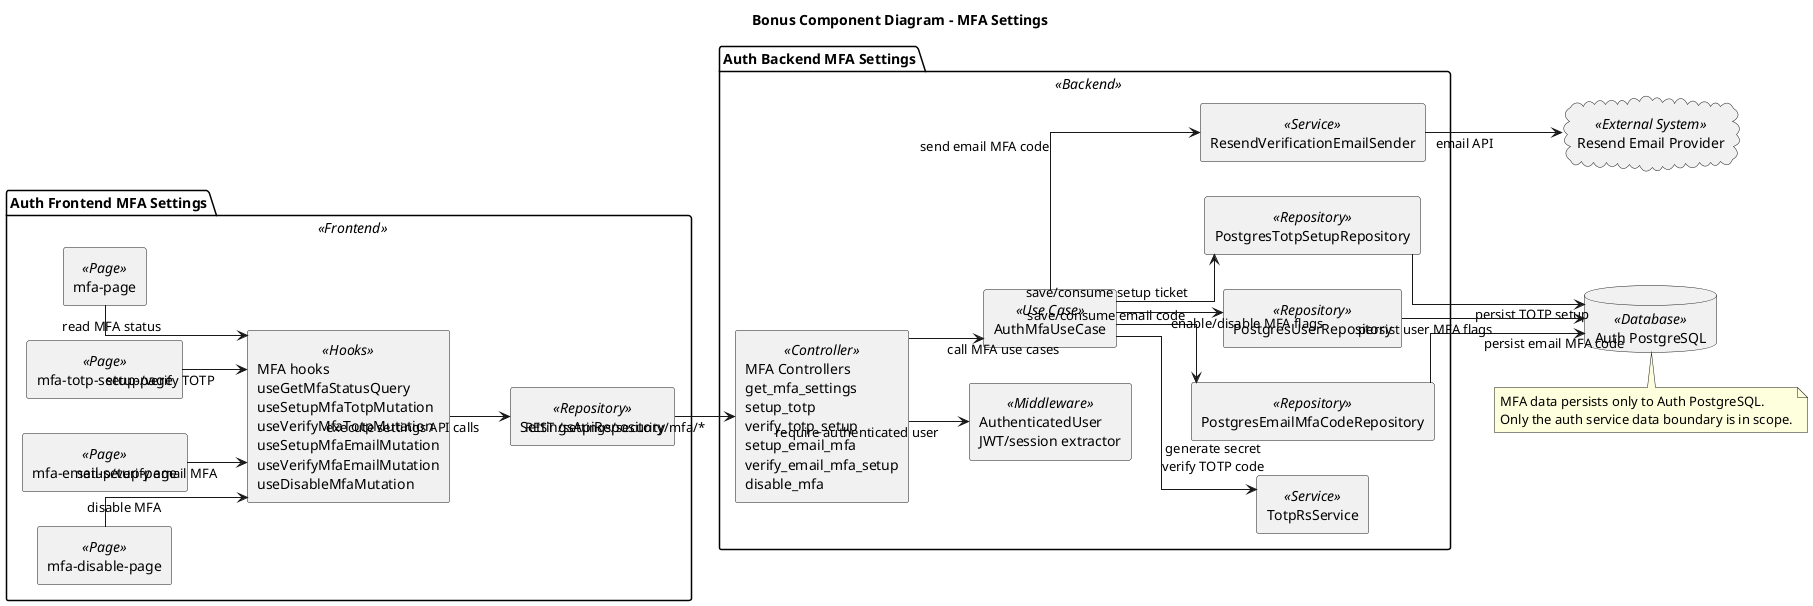
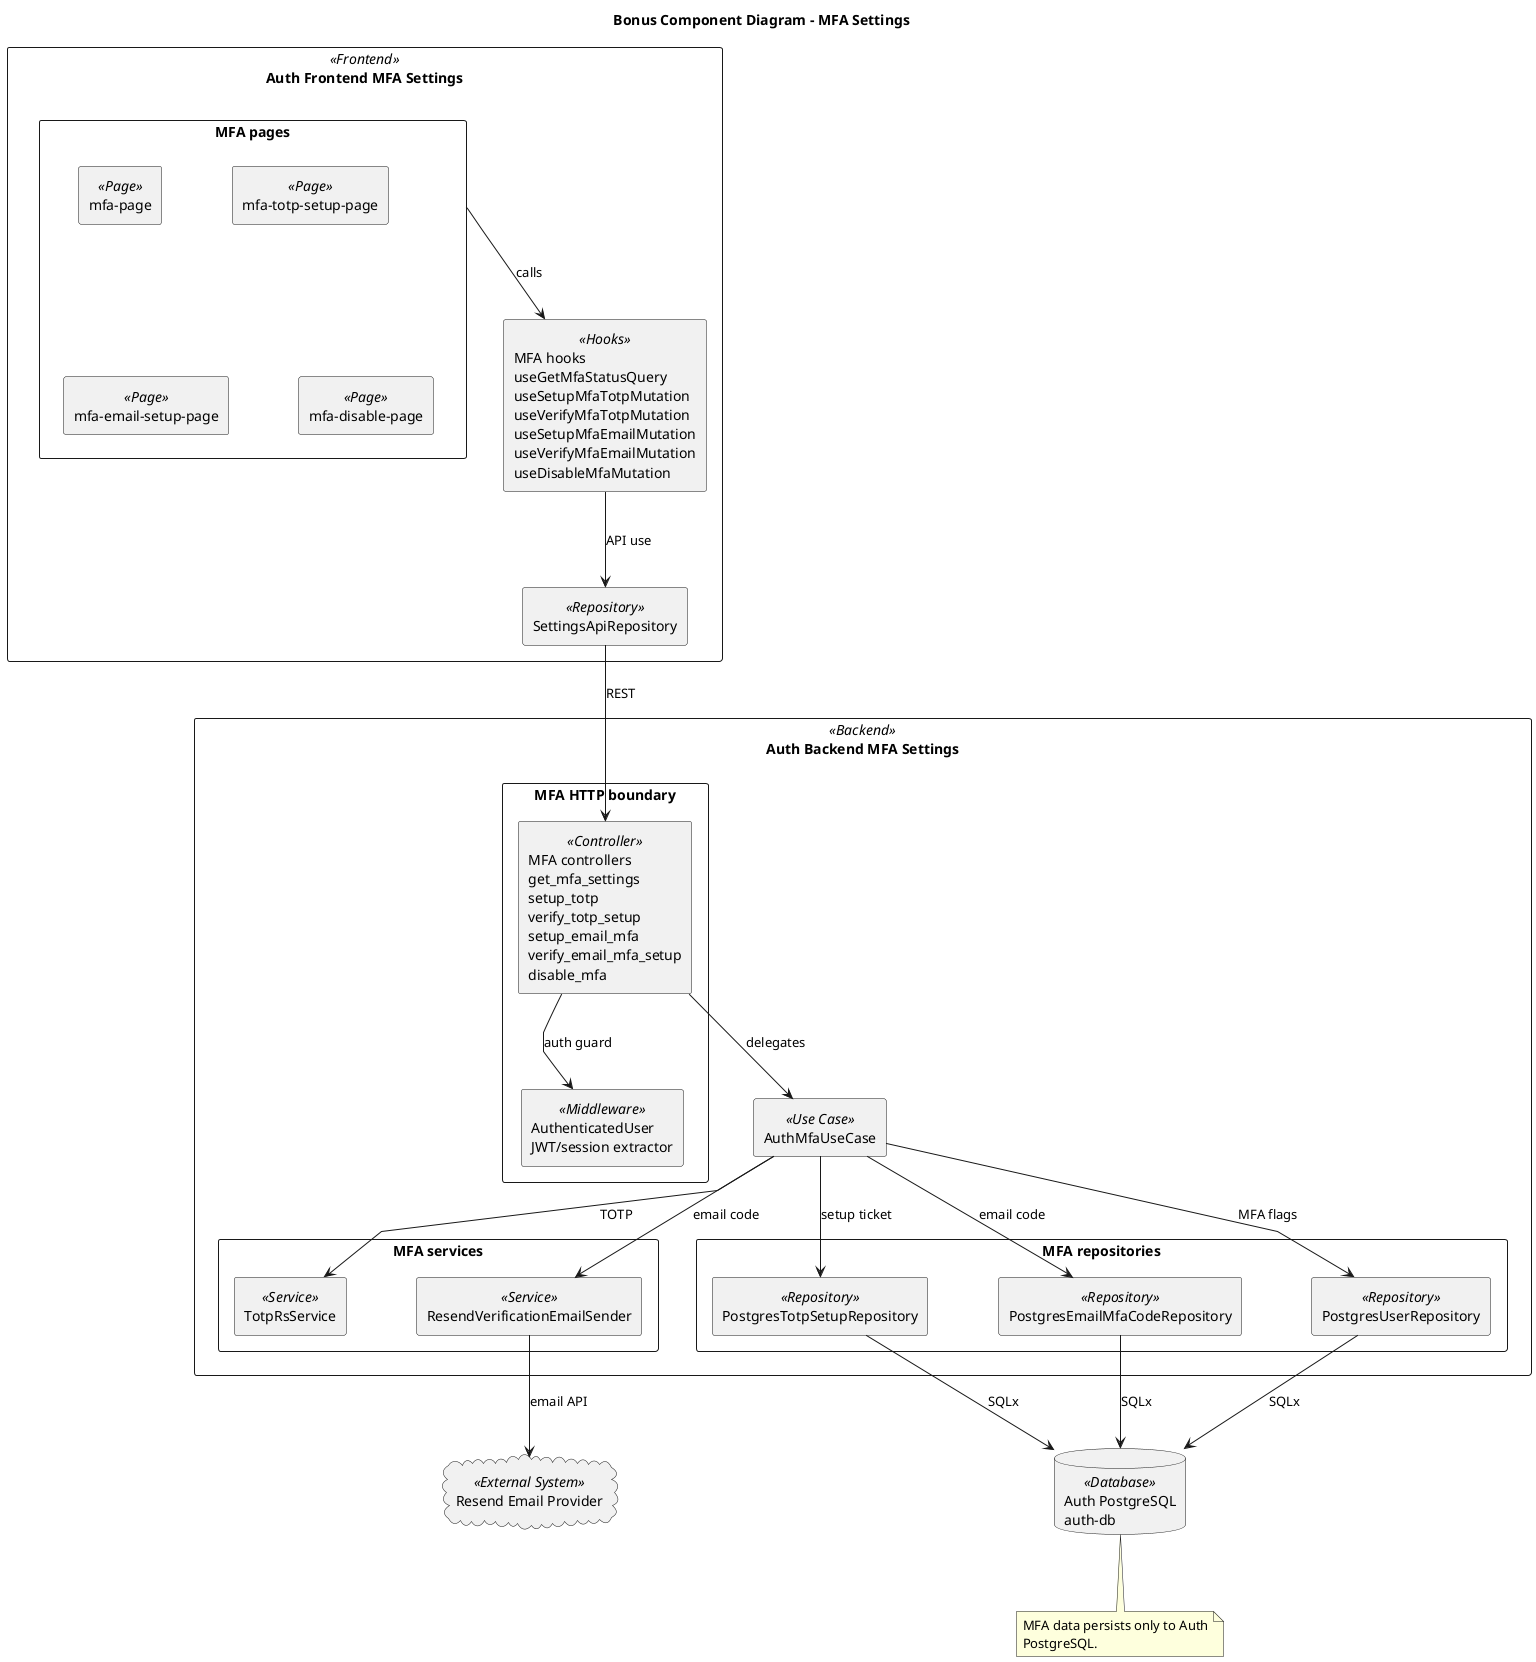
@startuml
title Bonus Component Diagram - MFA Settings
- left to right direction
+ top to bottom direction
skinparam componentStyle rectangle
- skinparam linetype ortho
+ skinparam linetype polyline
+ skinparam nodesep 70
+ skinparam ranksep 75
+ skinparam wrapWidth 210
+ skinparam packageStyle rectangle

package "Auth Frontend MFA Settings" as AuthFE <<Frontend>> {
-   component "mfa-page" as MfaPage <<Page>>
-   component "mfa-totp-setup-page" as TotpPage <<Page>>
-   component "mfa-email-setup-page" as EmailPage <<Page>>
-   component "mfa-disable-page" as DisablePage <<Page>>
+   package "MFA pages" as MFAPages {
+     component "mfa-page" as MfaPage <<Page>>
+     component "mfa-totp-setup-page" as TotpPage <<Page>>
+     component "mfa-email-setup-page" as EmailPage <<Page>>
+     component "mfa-disable-page" as DisablePage <<Page>>
+   }
  component "MFA hooks\nuseGetMfaStatusQuery\nuseSetupMfaTotpMutation\nuseVerifyMfaTotpMutation\nuseSetupMfaEmailMutation\nuseVerifyMfaEmailMutation\nuseDisableMfaMutation" as MfaHooks <<Hooks>>
  component "SettingsApiRepository" as SettingsRepo <<Repository>>
}

package "Auth Backend MFA Settings" as AuthBE <<Backend>> {
-   component "MFA Controllers\nget_mfa_settings\nsetup_totp\nverify_totp_setup\nsetup_email_mfa\nverify_email_mfa_setup\ndisable_mfa" as Controllers <<Controller>>
-   component "AuthenticatedUser\nJWT/session extractor" as AuthExtractor <<Middleware>>
+   package "MFA HTTP boundary" as MFAHttp {
+     component "MFA controllers\nget_mfa_settings\nsetup_totp\nverify_totp_setup\nsetup_email_mfa\nverify_email_mfa_setup\ndisable_mfa" as Controllers <<Controller>>
+     component "AuthenticatedUser\nJWT/session extractor" as AuthExtractor <<Middleware>>
+   }
+ 
  component "AuthMfaUseCase" as AuthMfa <<Use Case>>
-   component "TotpRsService" as TotpService <<Service>>
-   component "ResendVerificationEmailSender" as EmailSender <<Service>>
-   component "PostgresTotpSetupRepository" as TotpSetupRepo <<Repository>>
-   component "PostgresEmailMfaCodeRepository" as EmailCodeRepo <<Repository>>
-   component "PostgresUserRepository" as UserRepo <<Repository>>
+ 
+   package "MFA services" as MFAServices {
+     component "TotpRsService" as TotpService <<Service>>
+     component "ResendVerificationEmailSender" as EmailSender <<Service>>
+   }
+ 
+   package "MFA repositories" as MFARepos {
+     component "PostgresTotpSetupRepository" as TotpSetupRepo <<Repository>>
+     component "PostgresEmailMfaCodeRepository" as EmailCodeRepo <<Repository>>
+     component "PostgresUserRepository" as UserRepo <<Repository>>
+   }
}

- database "Auth PostgreSQL" as AuthDB <<Database>>
+ database "Auth PostgreSQL\nauth-db" as AuthDB <<Database>>
cloud "Resend Email Provider" as Resend <<External System>>

- MfaPage --> MfaHooks : read MFA status
- TotpPage --> MfaHooks : setup/verify TOTP
- EmailPage --> MfaHooks : setup/verify email MFA
- DisablePage --> MfaHooks : disable MFA
- MfaHooks --> SettingsRepo : execute settings API calls
+ MFAPages --> MfaHooks : calls
+ MfaHooks --> SettingsRepo : API use
+ SettingsRepo --> Controllers : REST

- SettingsRepo --> Controllers : REST /settings/security/mfa/*
- Controllers --> AuthExtractor : require authenticated user
- Controllers --> AuthMfa : call MFA use cases
+ Controllers --> AuthExtractor : auth guard
+ Controllers --> AuthMfa : delegates

- AuthMfa --> TotpService : generate secret\nverify TOTP code
- AuthMfa --> TotpSetupRepo : save/consume setup ticket
- AuthMfa --> EmailSender : send email MFA code
- AuthMfa --> EmailCodeRepo : save/consume email code
- AuthMfa --> UserRepo : enable/disable MFA flags
+ AuthMfa --> TotpService : TOTP
+ AuthMfa --> TotpSetupRepo : setup ticket
+ AuthMfa --> EmailSender : email code
+ AuthMfa --> EmailCodeRepo : email code
+ AuthMfa --> UserRepo : MFA flags

- TotpSetupRepo --> AuthDB : persist TOTP setup
- EmailCodeRepo --> AuthDB : persist email MFA code
- UserRepo --> AuthDB : persist user MFA flags
+ TotpSetupRepo --> AuthDB : SQLx
+ EmailCodeRepo --> AuthDB : SQLx
+ UserRepo --> AuthDB : SQLx
EmailSender --> Resend : email API

note bottom of AuthDB
MFA data persists only to Auth PostgreSQL.
- Only the auth service data boundary is in scope.
end note
@enduml
